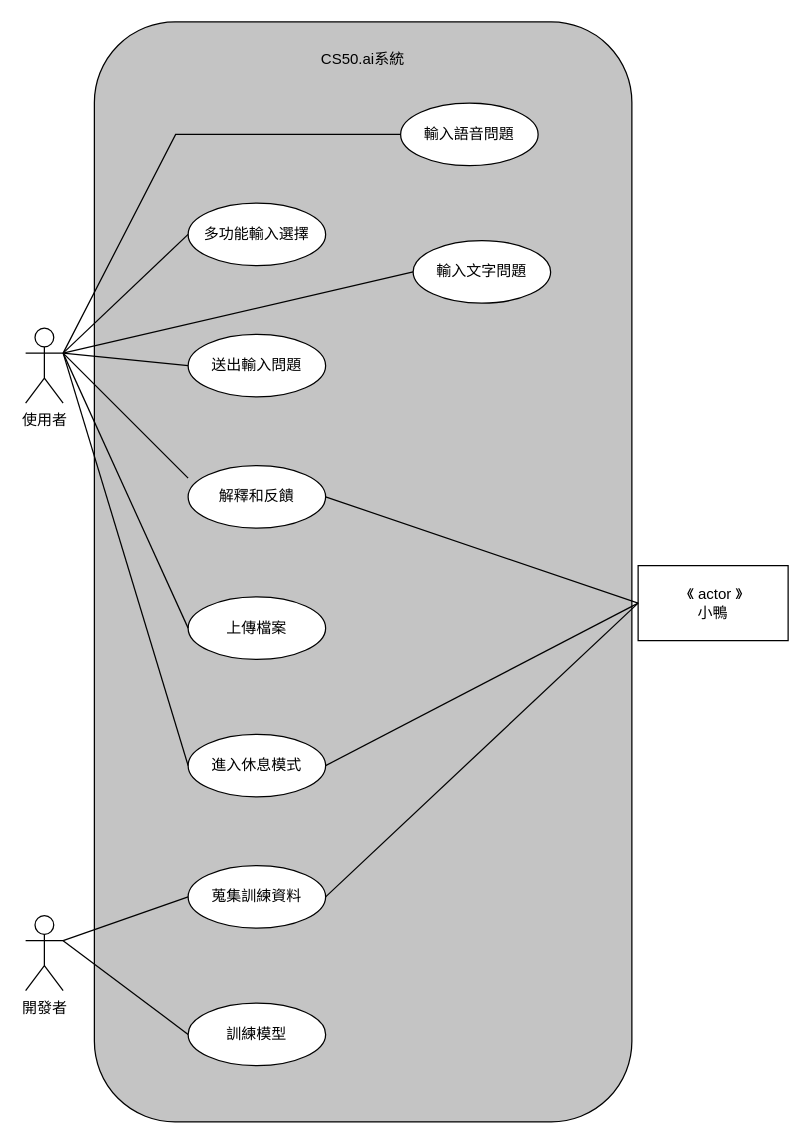
This is page "第 1 页" (1 of 2) of SA_HW2.drawio from liangyinglly/liangyinglly, a draw.io file, before an edit. Source tidied: cells renumbered, new cells numbered last; positions are measured from the earlier drawing's top-left corner, leaving out a move shared by most shapes. Both pictures are drawn from the tidied source at 125%, with x=0, y=0 at pixel (-188, 40).
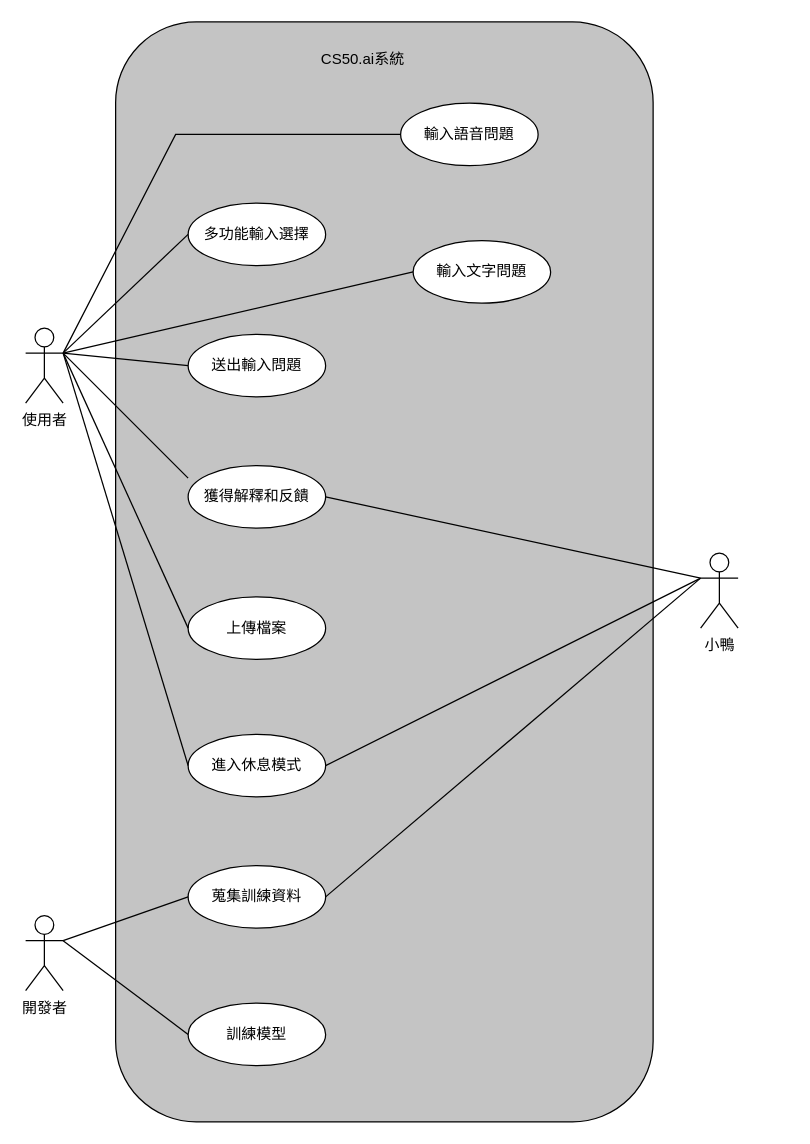
Above is the later version.

The change refers to these unchanged cells:
```xml
<mxCell id="10" value="進入休息模式" style="ellipse;whiteSpace=wrap;html=1;" parent="1" vertex="1">
  <mxGeometry x="300" y="555" width="110" height="50" as="geometry" />
</mxCell>
<mxCell id="11" value="蒐集訓練資料" style="ellipse;whiteSpace=wrap;html=1;" parent="1" vertex="1">
  <mxGeometry x="300" y="660" width="110" height="50" as="geometry" />
</mxCell>
```

Diff of the diagram source:
```diff
@@
     <mxCell id="2" style="rounded=1;whiteSpace=wrap;html=1;rotation=-90;fillColor=#C4C4C4;" parent="1" vertex="1">
-      <mxGeometry y="210" width="880" height="430" as="geometry" />
+      <mxGeometry x="17" y="210" width="880" height="430" as="geometry" />
     </mxCell>
@@
-    <mxCell id="5" value="解釋和反饋" style="ellipse;whiteSpace=wrap;html=1;" parent="1" vertex="1">
+    <mxCell id="5" value="獲得解釋和反饋" style="ellipse;whiteSpace=wrap;html=1;" parent="1" vertex="1">
       <mxGeometry x="300" y="340" width="110" height="50" as="geometry" />
     </mxCell>
@@
-    <mxCell id="23" value="&amp;nbsp;《 actor 》&lt;br&gt;小鴨" style="rounded=0;whiteSpace=wrap;html=1;" parent="1" vertex="1">
-      <mxGeometry x="660" y="420" width="120" height="60" as="geometry" />
-    </mxCell>
-    <mxCell id="24" style="endArrow=none;html=1;rounded=0;entryX=1;entryY=0.5;entryDx=0;entryDy=0;exitX=0;exitY=0.5;exitDx=0;exitDy=0;" parent="1" edge="1" source="23" target="5">
+    <mxCell id="24" style="endArrow=none;html=1;rounded=0;entryX=1;entryY=0.5;entryDx=0;entryDy=0;exitX=0;exitY=0.3333333333333333;exitDx=0;exitDy=0;exitPerimeter=0;" parent="1" edge="1" source="28" target="5">
       <mxGeometry relative="1" as="geometry" />
     </mxCell>
-    <mxCell id="25" style="endArrow=none;html=1;rounded=0;exitX=1;exitY=0.5;exitDx=0;exitDy=0;entryX=0;entryY=0.5;entryDx=0;entryDy=0;" parent="1" edge="1" source="10" target="23">
+    <mxCell id="25" style="endArrow=none;html=1;rounded=0;exitX=1;exitY=0.5;exitDx=0;exitDy=0;entryX=0;entryY=0.3333333333333333;entryDx=0;entryDy=0;entryPerimeter=0;" parent="1" edge="1" source="10" target="28">
       <mxGeometry relative="1" as="geometry" />
     </mxCell>
-    <mxCell id="26" style="endArrow=none;html=1;rounded=0;exitX=1;exitY=0.5;exitDx=0;exitDy=0;entryX=0;entryY=0.5;entryDx=0;entryDy=0;" parent="1" edge="1" source="11" target="23">
+    <mxCell id="26" style="endArrow=none;html=1;rounded=0;exitX=1;exitY=0.5;exitDx=0;exitDy=0;entryX=0;entryY=0.3333333333333333;entryDx=0;entryDy=0;entryPerimeter=0;" parent="1" edge="1" source="11" target="28">
       <mxGeometry relative="1" as="geometry" />
     </mxCell>
@@
+    <mxCell id="28" value="小鴨" style="shape=umlActor;verticalLabelPosition=bottom;verticalAlign=top;html=1;outlineConnect=0;" parent="1" vertex="1">
+      <mxGeometry x="710" y="410" width="30" height="60" as="geometry" />
+    </mxCell>
```
